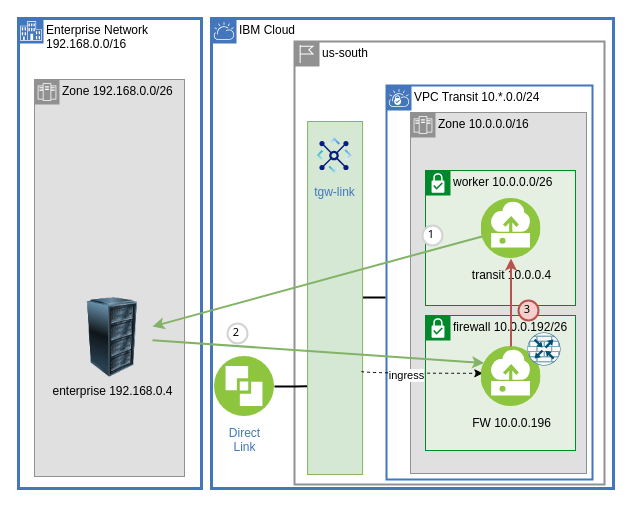
This is page "routing" (4 of 11) of diagrams/vpc-transit.drawio from ibm-cloud-docs/solution-tutorials, a draw.io file, before an edit. Source tidied: cells renumbered, new cells numbered last; positions are measured from the earlier drawing's top-left corner, leaving out a move shared by most shapes. Both pictures are drawn from the tidied source at 100%, with x=0, y=0 at pixel (18, 18).
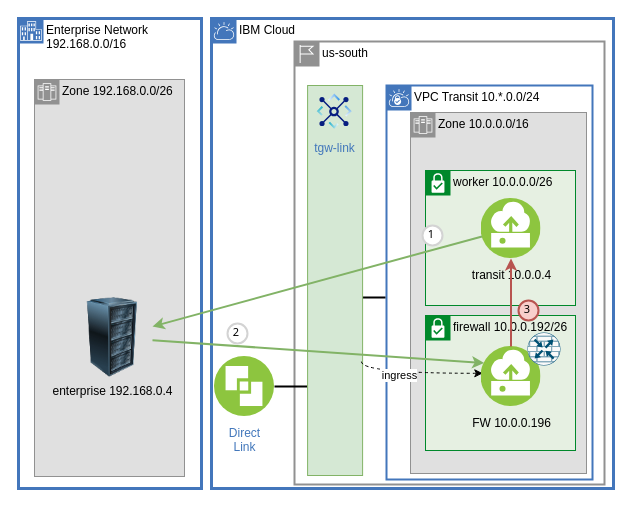
Above is the later version.

Unchanged cells that the change refers to:
```xml
<mxCell id="17" value="Direct&lt;br&gt;Link" style="perimeter=ellipsePerimeter;html=1;align=center;shadow=0;dashed=0;fontColor=#4277BB;labelBackgroundColor=#ffffff;fontSize=12;spacingTop=3;image;image=img/lib/ibm/vpc/DirectLink.svg;" parent="15" vertex="1">
  <mxGeometry x="196" y="338" width="60" height="60" as="geometry" />
</mxCell>
```

Change to the diagram source:
```diff
@@
-    <mxCell id="11" style="edgeStyle=orthogonalEdgeStyle;shape=connector;rounded=0;jettySize=auto;html=1;labelBackgroundColor=default;strokeColor=default;strokeWidth=2;fontFamily=Helvetica;fontSize=11;fontColor=default;endArrow=none;endFill=0;entryX=0;entryY=0.75;entryDx=0;entryDy=0;" parent="1" edge="1" source="17" target="18">
+    <mxCell id="11" style="edgeStyle=orthogonalEdgeStyle;shape=connector;rounded=0;jettySize=auto;html=1;entryX=-0.003;entryY=0.772;entryDx=0;entryDy=0;entryPerimeter=0;labelBackgroundColor=default;strokeColor=default;strokeWidth=2;fontFamily=Helvetica;fontSize=11;fontColor=default;endArrow=none;endFill=0;" parent="1" edge="1" source="17" target="18">
       <mxGeometry relative="1" as="geometry" />
     </mxCell>
@@
     <mxCell id="18" style="whiteSpace=wrap;html=1;fontFamily=Helvetica;fontSize=11;fillColor=#d5e8d4;strokeColor=#82b366;" parent="15" vertex="1">
-      <mxGeometry x="289.1" y="103" width="55" height="353" as="geometry" />
+      <mxGeometry x="289.1" y="67" width="55" height="390" as="geometry" />
     </mxCell>
     <mxCell id="19" value="tgw-link" style="perimeter=ellipsePerimeter;html=1;align=center;shadow=0;dashed=0;fontColor=#4277BB;fontSize=12;spacingTop=3;image;image=img/lib/ibm/vpc/TransitGateway.svg;labelBackgroundColor=none;" parent="15" vertex="1">
-      <mxGeometry x="296" y="117" width="40.4" height="40.4" as="geometry" />
+      <mxGeometry x="296" y="73" width="40.4" height="40.4" as="geometry" />
     </mxCell>
```
